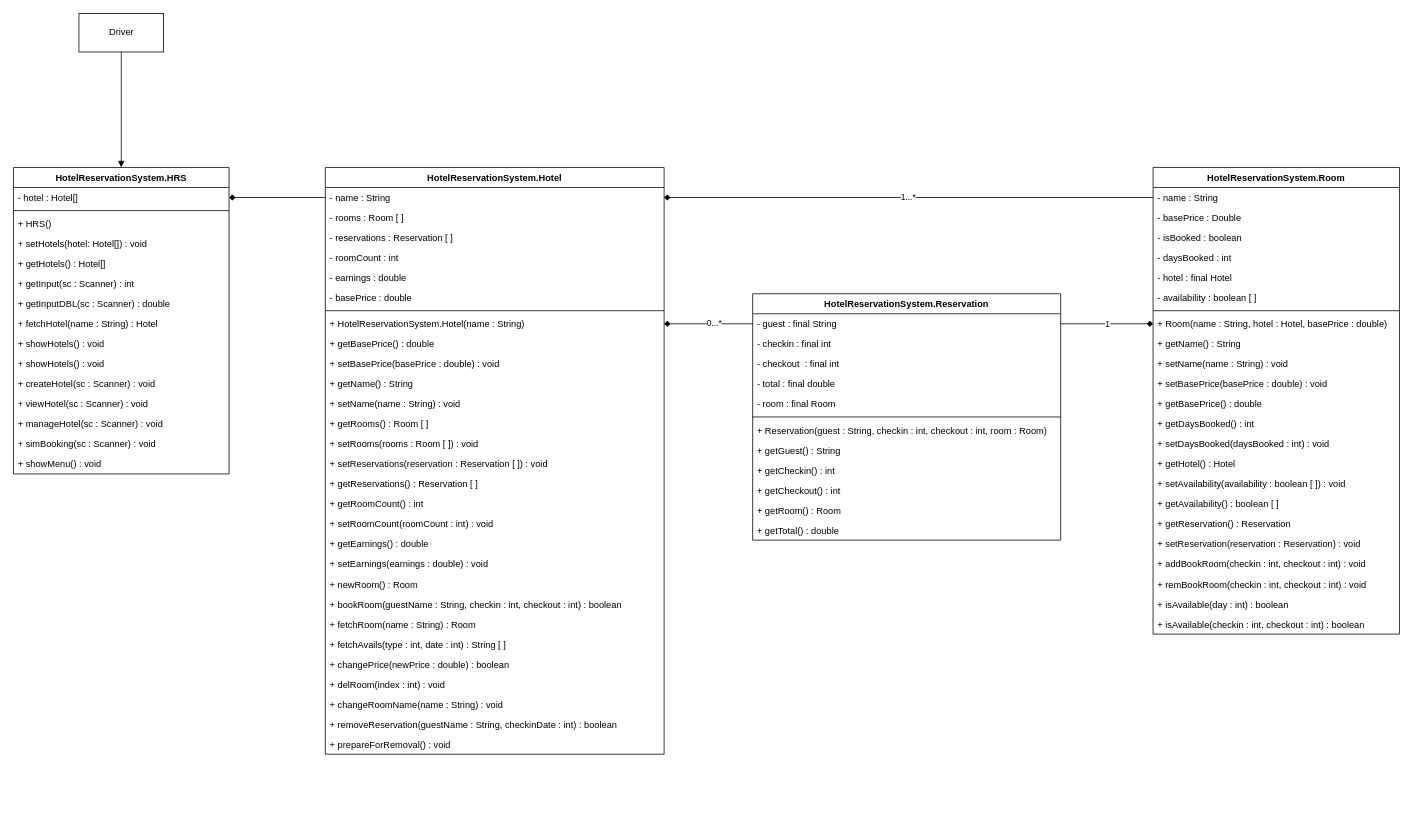
Above: res/UML.drawio in zrygan/CCPROG3-MCOs (draw.io), before the change. Source tidied: cells renumbered, new cells numbered last; positions are measured from the earlier drawing's top-left corner, leaving out a move shared by most shapes. Both pictures are drawn from the tidied source at 77%, with x=0, y=0 at pixel (13, 13).
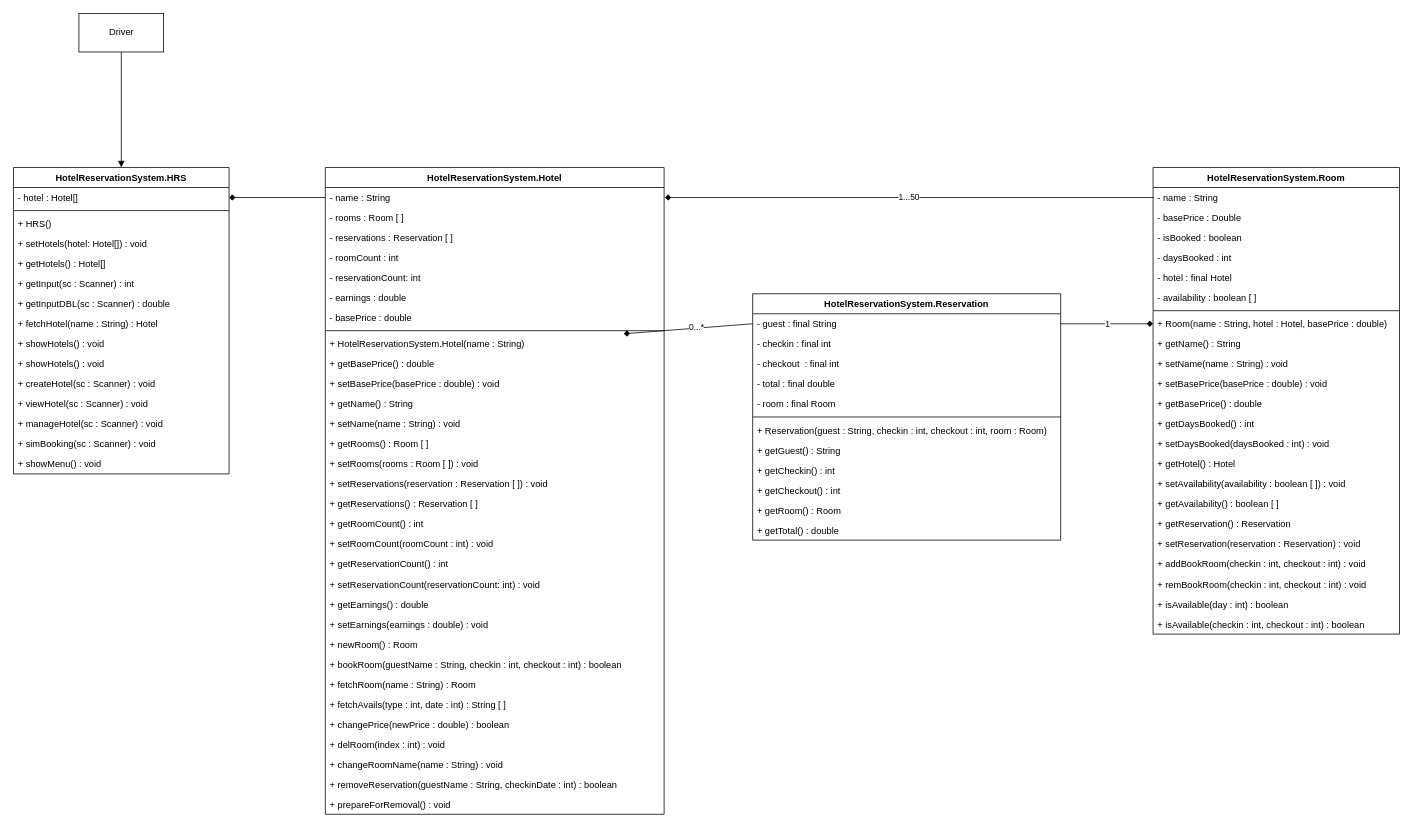
The same page after the edit.

Unchanged cells that the change refers to:
```xml
<mxCell id="3" value="- name : String" style="text;strokeColor=none;fillColor=none;align=left;verticalAlign=top;spacingLeft=4;spacingRight=4;overflow=hidden;points=[[0,0.5],[1,0.5]];portConstraint=eastwest;" parent="2" vertex="1">
  <mxGeometry y="26" width="440" height="26" as="geometry" />
</mxCell>
<mxCell id="33" value="- name : String" style="text;strokeColor=none;fillColor=none;align=left;verticalAlign=top;spacingLeft=4;spacingRight=4;overflow=hidden;points=[[0,0.5],[1,0.5]];portConstraint=eastwest;" parent="32" vertex="1">
  <mxGeometry y="26" width="320" height="26" as="geometry" />
</mxCell>
```

The edit, as a diff of the source:
```diff
@@
     <mxCell id="2" value="HotelReservationSystem.Hotel" style="swimlane;fontStyle=1;align=center;verticalAlign=top;horizontal=1;startSize=26;" parent="1" vertex="1">
-      <mxGeometry x="405" y="200" width="440" height="762" as="geometry" />
+      <mxGeometry x="405" y="200" width="440" height="840" as="geometry" />
     </mxCell>
@@
+    <mxCell id="93" value="- reservationCount: int" style="text;strokeColor=none;fillColor=none;align=left;verticalAlign=top;spacingLeft=4;spacingRight=4;overflow=hidden;" parent="2" vertex="1">
+      <mxGeometry y="130" width="440" height="26" as="geometry" />
+    </mxCell>
     <mxCell id="7" value="- earnings : double" style="text;strokeColor=none;fillColor=none;align=left;verticalAlign=top;spacingLeft=4;spacingRight=4;overflow=hidden;" parent="2" vertex="1">
-      <mxGeometry y="130" width="440" height="26" as="geometry" />
+      <mxGeometry y="156" width="440" height="26" as="geometry" />
     </mxCell>
     <mxCell id="8" value="- basePrice : double" style="text;strokeColor=none;fillColor=none;align=left;verticalAlign=top;spacingLeft=4;spacingRight=4;overflow=hidden;" parent="2" vertex="1">
-      <mxGeometry y="156" width="440" height="26" as="geometry" />
+      <mxGeometry y="182" width="440" height="26" as="geometry" />
     </mxCell>
     <mxCell id="9" style="line;strokeWidth=1;fillColor=none;align=left;verticalAlign=middle;spacingTop=-1;spacingLeft=3;spacingRight=3;labelPosition=right;strokeColor=inherit;" parent="2" vertex="1">
-      <mxGeometry y="182" width="440" height="8" as="geometry" />
+      <mxGeometry y="208" width="440" height="8" as="geometry" />
     </mxCell>
     <mxCell id="10" value="+ HotelReservationSystem.Hotel(name : String)" style="text;strokeColor=none;fillColor=none;align=left;verticalAlign=top;spacingLeft=4;spacingRight=4;overflow=hidden;points=[[0,0.5],[1,0.5]];portConstraint=eastwest;" parent="2" vertex="1">
-      <mxGeometry y="190" width="440" height="26" as="geometry" />
+      <mxGeometry y="216" width="440" height="26" as="geometry" />
     </mxCell>
     <mxCell id="11" value="+ getBasePrice() : double" style="text;strokeColor=none;fillColor=none;align=left;verticalAlign=top;spacingLeft=4;spacingRight=4;overflow=hidden;" parent="2" vertex="1">
-      <mxGeometry y="216" width="440" height="26" as="geometry" />
+      <mxGeometry y="242" width="440" height="26" as="geometry" />
     </mxCell>
     <mxCell id="12" value="+ setBasePrice(basePrice : double) : void" style="text;strokeColor=none;fillColor=none;align=left;verticalAlign=top;spacingLeft=4;spacingRight=4;overflow=hidden;" parent="2" vertex="1">
-      <mxGeometry y="242" width="440" height="26" as="geometry" />
+      <mxGeometry y="268" width="440" height="26" as="geometry" />
     </mxCell>
     <mxCell id="13" value="+ getName() : String" style="text;strokeColor=none;fillColor=none;align=left;verticalAlign=top;spacingLeft=4;spacingRight=4;overflow=hidden;" parent="2" vertex="1">
-      <mxGeometry y="268" width="440" height="26" as="geometry" />
+      <mxGeometry y="294" width="440" height="26" as="geometry" />
     </mxCell>
     <mxCell id="14" value="+ setName(name : String) : void" style="text;strokeColor=none;fillColor=none;align=left;verticalAlign=top;spacingLeft=4;spacingRight=4;overflow=hidden;" parent="2" vertex="1">
-      <mxGeometry y="294" width="440" height="26" as="geometry" />
+      <mxGeometry y="320" width="440" height="26" as="geometry" />
     </mxCell>
     <mxCell id="15" value="+ getRooms() : Room [ ]" style="text;strokeColor=none;fillColor=none;align=left;verticalAlign=top;spacingLeft=4;spacingRight=4;overflow=hidden;" parent="2" vertex="1">
-      <mxGeometry y="320" width="440" height="26" as="geometry" />
+      <mxGeometry y="346" width="440" height="26" as="geometry" />
     </mxCell>
     <mxCell id="16" value="+ setRooms(rooms : Room [ ]) : void" style="text;strokeColor=none;fillColor=none;align=left;verticalAlign=top;spacingLeft=4;spacingRight=4;overflow=hidden;" parent="2" vertex="1">
-      <mxGeometry y="346" width="440" height="26" as="geometry" />
+      <mxGeometry y="372" width="440" height="26" as="geometry" />
     </mxCell>
     <mxCell id="17" value="+ setReservations(reservation : Reservation [ ]) : void" style="text;strokeColor=none;fillColor=none;align=left;verticalAlign=top;spacingLeft=4;spacingRight=4;overflow=hidden;" parent="2" vertex="1">
-      <mxGeometry y="372" width="440" height="26" as="geometry" />
+      <mxGeometry y="398" width="440" height="26" as="geometry" />
     </mxCell>
     <mxCell id="18" value="+ getReservations() : Reservation [ ]" style="text;strokeColor=none;fillColor=none;align=left;verticalAlign=top;spacingLeft=4;spacingRight=4;overflow=hidden;" parent="2" vertex="1">
-      <mxGeometry y="398" width="440" height="26" as="geometry" />
+      <mxGeometry y="424" width="440" height="26" as="geometry" />
     </mxCell>
     <mxCell id="19" value="+ getRoomCount() : int" style="text;strokeColor=none;fillColor=none;align=left;verticalAlign=top;spacingLeft=4;spacingRight=4;overflow=hidden;" parent="2" vertex="1">
-      <mxGeometry y="424" width="440" height="26" as="geometry" />
+      <mxGeometry y="450" width="440" height="26" as="geometry" />
     </mxCell>
     <mxCell id="20" value="+ setRoomCount(roomCount : int) : void" style="text;strokeColor=none;fillColor=none;align=left;verticalAlign=top;spacingLeft=4;spacingRight=4;overflow=hidden;" parent="2" vertex="1">
-      <mxGeometry y="450" width="440" height="26" as="geometry" />
+      <mxGeometry y="476" width="440" height="26" as="geometry" />
     </mxCell>
+    <mxCell id="94" value="+ getReservationCount() : int" style="text;strokeColor=none;fillColor=none;align=left;verticalAlign=top;spacingLeft=4;spacingRight=4;overflow=hidden;" parent="2" vertex="1">
+      <mxGeometry y="502" width="440" height="26" as="geometry" />
+    </mxCell>
+    <mxCell id="95" value="+ setReservationCount(reservationCount: int) : void" style="text;strokeColor=none;fillColor=none;align=left;verticalAlign=top;spacingLeft=4;spacingRight=4;overflow=hidden;" parent="2" vertex="1">
+      <mxGeometry y="528" width="440" height="26" as="geometry" />
+    </mxCell>
     <mxCell id="21" value="+ getEarnings() : double" style="text;strokeColor=none;fillColor=none;align=left;verticalAlign=top;spacingLeft=4;spacingRight=4;overflow=hidden;" parent="2" vertex="1">
-      <mxGeometry y="476" width="440" height="26" as="geometry" />
+      <mxGeometry y="554" width="440" height="26" as="geometry" />
     </mxCell>
     <mxCell id="22" value="+ setEarnings(earnings : double) : void" style="text;strokeColor=none;fillColor=none;align=left;verticalAlign=top;spacingLeft=4;spacingRight=4;overflow=hidden;" parent="2" vertex="1">
-      <mxGeometry y="502" width="440" height="26" as="geometry" />
+      <mxGeometry y="580" width="440" height="26" as="geometry" />
     </mxCell>
     <mxCell id="23" value="+ newRoom() : Room" style="text;strokeColor=none;fillColor=none;align=left;verticalAlign=top;spacingLeft=4;spacingRight=4;overflow=hidden;" parent="2" vertex="1">
-      <mxGeometry y="528" width="440" height="26" as="geometry" />
+      <mxGeometry y="606" width="440" height="26" as="geometry" />
     </mxCell>
     <mxCell id="24" value="+ bookRoom(guestName : String, checkin : int, checkout : int) : boolean" style="text;strokeColor=none;fillColor=none;align=left;verticalAlign=top;spacingLeft=4;spacingRight=4;overflow=hidden;" parent="2" vertex="1">
-      <mxGeometry y="554" width="440" height="26" as="geometry" />
+      <mxGeometry y="632" width="440" height="26" as="geometry" />
     </mxCell>
     <mxCell id="25" value="+ fetchRoom(name : String) : Room" style="text;strokeColor=none;fillColor=none;align=left;verticalAlign=top;spacingLeft=4;spacingRight=4;overflow=hidden;" parent="2" vertex="1">
-      <mxGeometry y="580" width="440" height="26" as="geometry" />
+      <mxGeometry y="658" width="440" height="26" as="geometry" />
     </mxCell>
     <mxCell id="26" value="+ fetchAvails(type : int, date : int) : String [ ]" style="text;strokeColor=none;fillColor=none;align=left;verticalAlign=top;spacingLeft=4;spacingRight=4;overflow=hidden;" parent="2" vertex="1">
-      <mxGeometry y="606" width="440" height="26" as="geometry" />
+      <mxGeometry y="684" width="440" height="26" as="geometry" />
     </mxCell>
     <mxCell id="27" value="+ changePrice(newPrice : double) : boolean" style="text;strokeColor=none;fillColor=none;align=left;verticalAlign=top;spacingLeft=4;spacingRight=4;overflow=hidden;" parent="2" vertex="1">
-      <mxGeometry y="632" width="440" height="26" as="geometry" />
+      <mxGeometry y="710" width="440" height="26" as="geometry" />
     </mxCell>
     <mxCell id="28" value="+ delRoom(index : int) : void" style="text;strokeColor=none;fillColor=none;align=left;verticalAlign=top;spacingLeft=4;spacingRight=4;overflow=hidden;" parent="2" vertex="1">
-      <mxGeometry y="658" width="440" height="26" as="geometry" />
+      <mxGeometry y="736" width="440" height="26" as="geometry" />
     </mxCell>
     <mxCell id="29" value="+ changeRoomName(name : String) : void" style="text;strokeColor=none;fillColor=none;align=left;verticalAlign=top;spacingLeft=4;spacingRight=4;overflow=hidden;" parent="2" vertex="1">
-      <mxGeometry y="684" width="440" height="26" as="geometry" />
+      <mxGeometry y="762" width="440" height="26" as="geometry" />
     </mxCell>
     <mxCell id="30" value="+ removeReservation(guestName : String, checkinDate : int) : boolean" style="text;strokeColor=none;fillColor=none;align=left;verticalAlign=top;spacingLeft=4;spacingRight=4;overflow=hidden;" parent="2" vertex="1">
-      <mxGeometry y="710" width="440" height="26" as="geometry" />
+      <mxGeometry y="788" width="440" height="26" as="geometry" />
     </mxCell>
     <mxCell id="31" value="+ prepareForRemoval() : void" style="text;strokeColor=none;fillColor=none;align=left;verticalAlign=top;spacingLeft=4;spacingRight=4;overflow=hidden;" parent="2" vertex="1">
-      <mxGeometry y="736" width="440" height="26" as="geometry" />
+      <mxGeometry y="814" width="440" height="26" as="geometry" />
     </mxCell>
@@
-    <mxCell id="88" value="1...*" style="edgeStyle=none;html=1;exitX=0;exitY=0.5;exitDx=0;exitDy=0;endArrow=diamond;endFill=1;" parent="1" edge="1" source="33" target="3">
-      <mxGeometry relative="1" as="geometry" />
+    <mxCell id="88" value="1...50" style="edgeStyle=none;html=1;exitX=0;exitY=0.5;exitDx=0;exitDy=0;endArrow=diamond;endFill=1;" parent="1" edge="1">
+      <mxGeometry relative="1" as="geometry">
+        <mxPoint x="1481" y="239" as="sourcePoint" />
+        <mxPoint x="846" y="239" as="targetPoint" />
+      </mxGeometry>
     </mxCell>
```
